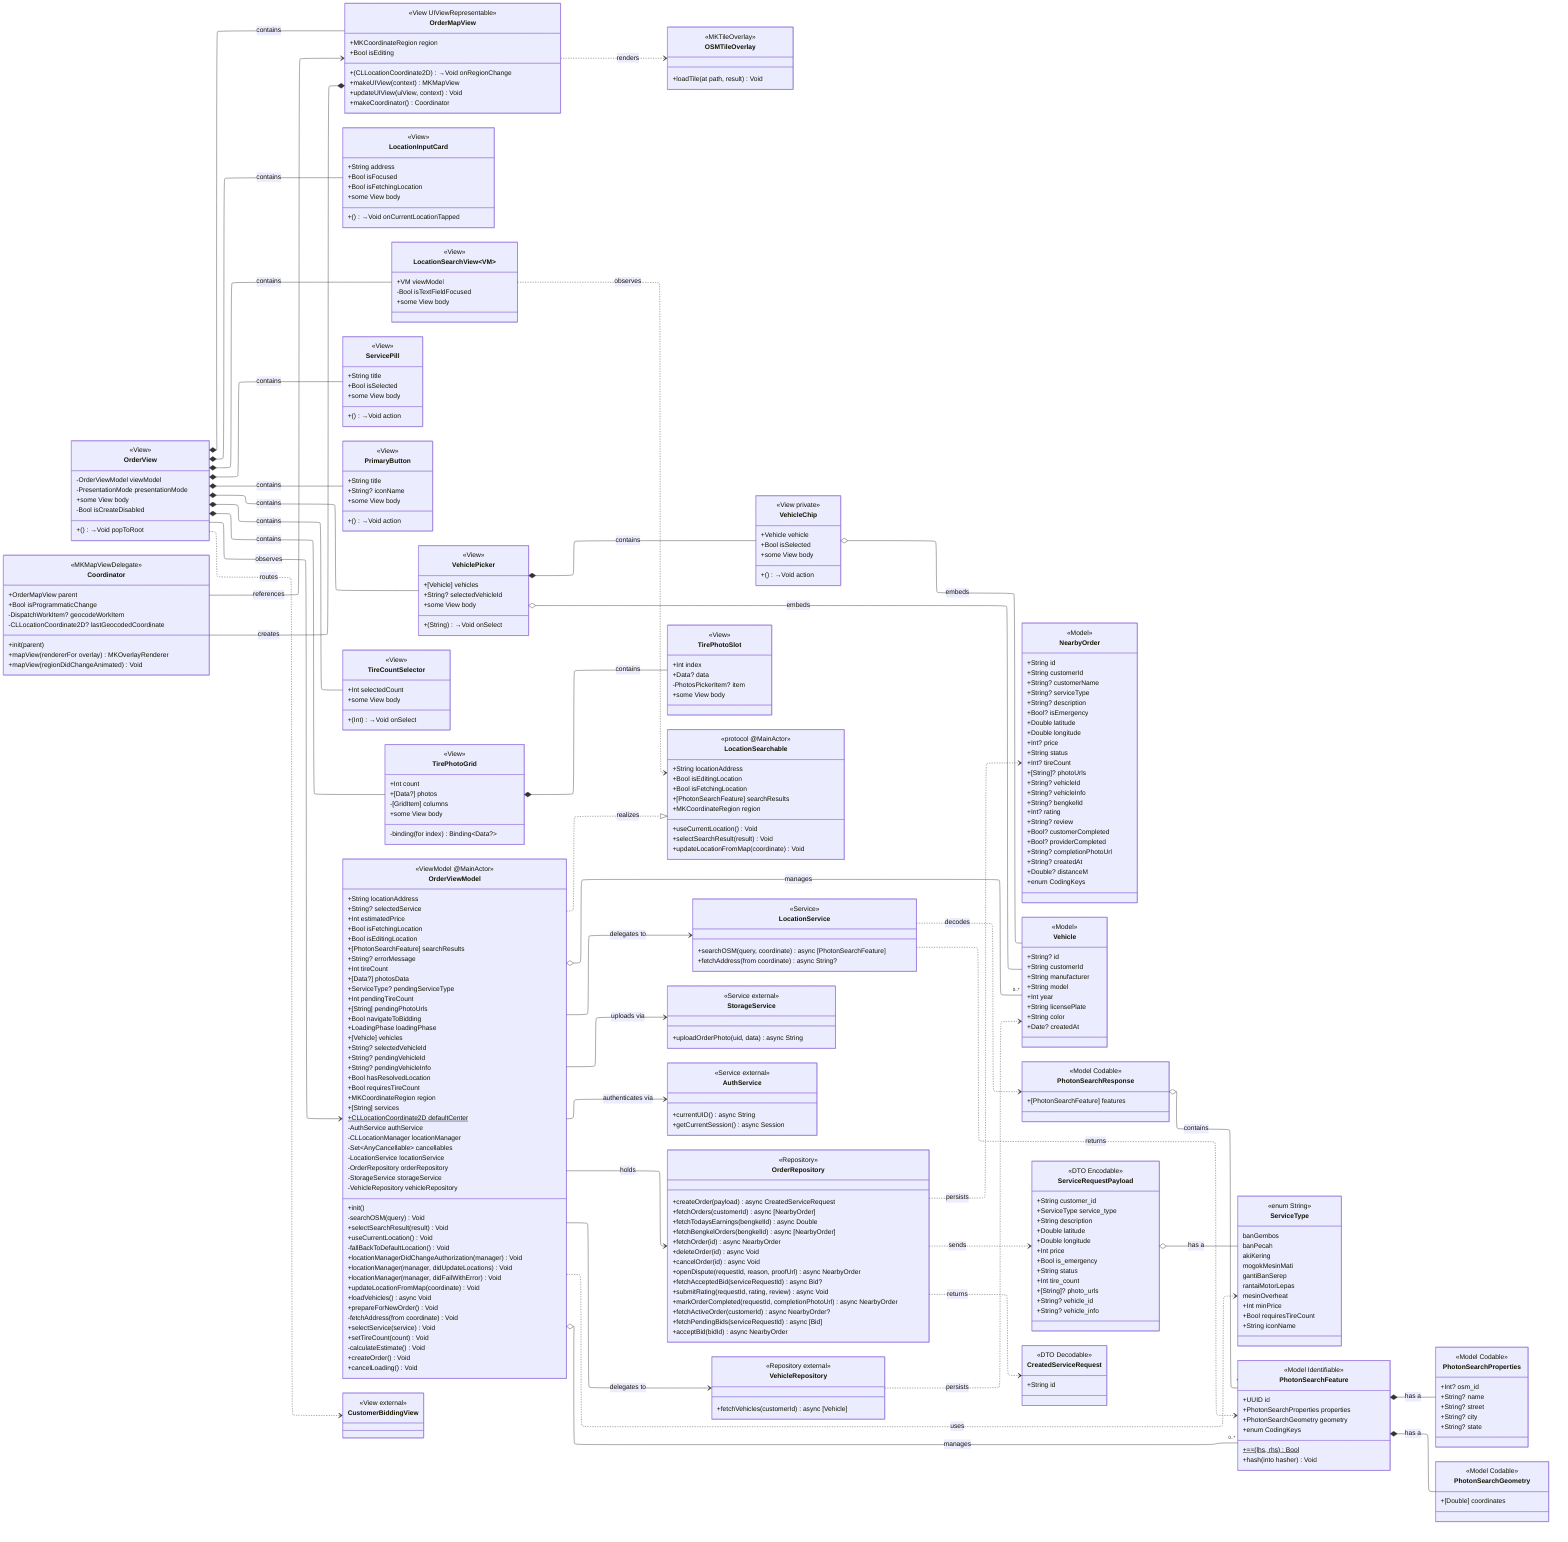
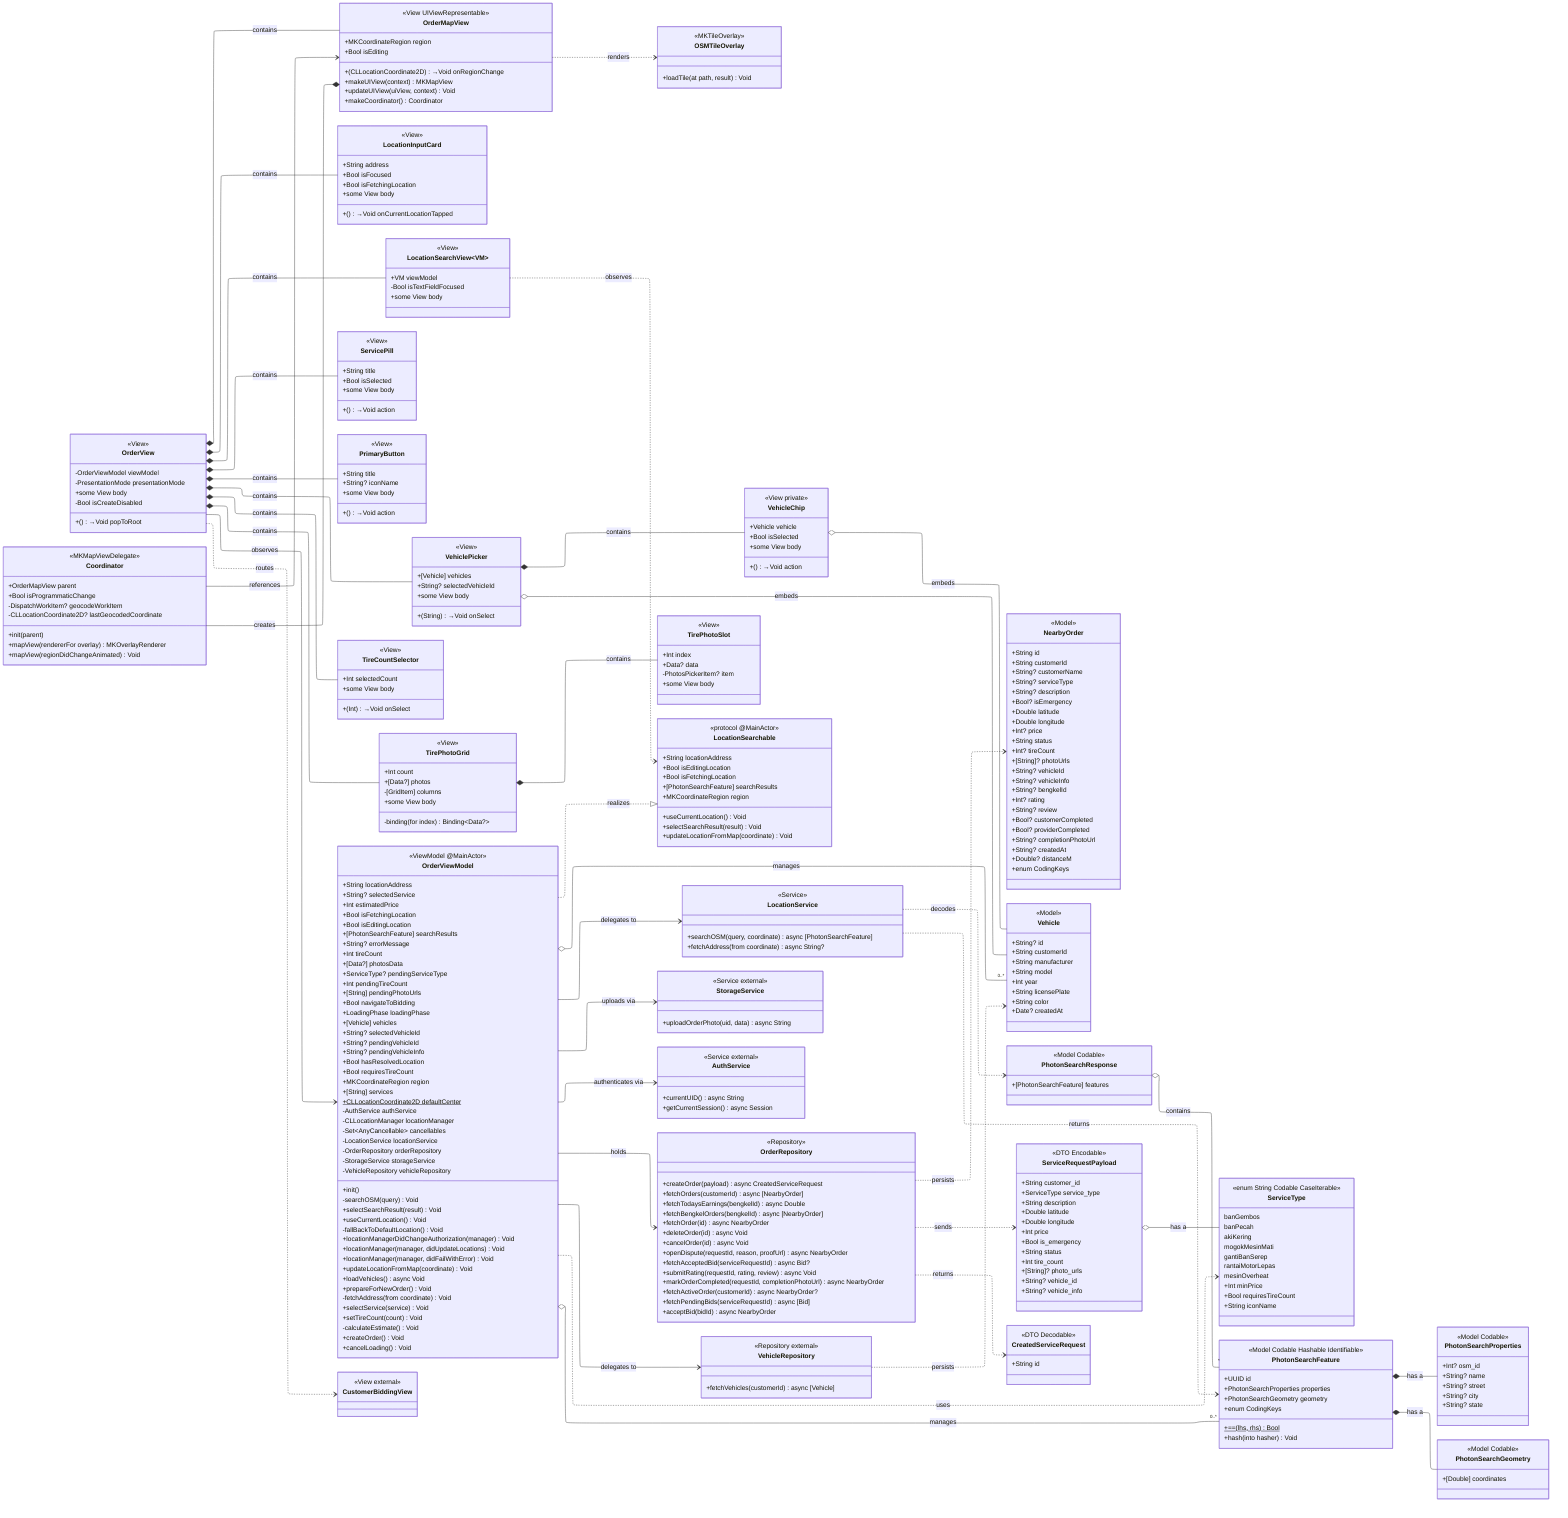
---
config:
  layout: elk
  elk:
    mergeEdges: false
    nodePlacementStrategy: NETWORK_SIMPLEX
---
classDiagram
    direction LR

    %% ============================================================
    %% VIEW LAYER — Pages & Components
    %% ============================================================

    class OrderView {
        <<View>>
        +()→Void popToRoot
        -OrderViewModel viewModel
        -PresentationMode presentationMode
        +some View body
        -Bool isCreateDisabled
    }

    class OrderMapView {
        <<View UIViewRepresentable>>
        +MKCoordinateRegion region
        +Bool isEditing
        +(CLLocationCoordinate2D)→Void onRegionChange
        +makeUIView(context) MKMapView
        +updateUIView(uiView, context) Void
        +makeCoordinator() Coordinator
    }

    class OSMTileOverlay {
        <<MKTileOverlay>>
        +loadTile(at path, result) Void
    }

    class Coordinator {
        <<MKMapViewDelegate>>
        +OrderMapView parent
        +Bool isProgrammaticChange
        -DispatchWorkItem? geocodeWorkItem
        -CLLocationCoordinate2D? lastGeocodedCoordinate
        +init(parent)
        +mapView(rendererFor overlay) MKOverlayRenderer
        +mapView(regionDidChangeAnimated) Void
    }

    class LocationInputCard {
        <<View>>
        +String address
        +Bool isFocused
        +Bool isFetchingLocation
        +()→Void onCurrentLocationTapped
        +some View body
    }

    class LocationSearchView~VM~ {
        <<View>>
        +VM viewModel
        -Bool isTextFieldFocused
        +some View body
    }

    class ServicePill {
        <<View>>
        +String title
        +Bool isSelected
        +()→Void action
        +some View body
    }

    class PrimaryButton {
        <<View>>
        +String title
        +String? iconName
        +()→Void action
        +some View body
    }

    class VehiclePicker {
        <<View>>
        +[Vehicle] vehicles
        +String? selectedVehicleId
        +(String)→Void onSelect
        +some View body
    }

    class VehicleChip {
        <<View private>>
        +Vehicle vehicle
        +Bool isSelected
        +()→Void action
        +some View body
    }

    class TireCountSelector {
        <<View>>
        +Int selectedCount
        +(Int)→Void onSelect
        +some View body
    }

    class TirePhotoGrid {
        <<View>>
        +Int count
        +[Data?] photos
        -[GridItem] columns
        +some View body
        -binding(for index) Binding~Data?~
    }

    class TirePhotoSlot {
        <<View>>
        +Int index
        +Data? data
        -PhotosPickerItem? item
        +some View body
    }

    %% ============================================================
    %% VIEWMODEL LAYER
    %% ============================================================

    class OrderViewModel {
        <<ViewModel @MainActor>>
        +String locationAddress
        +String? selectedService
        +Int estimatedPrice
        +Bool isFetchingLocation
        +Bool isEditingLocation
        +[PhotonSearchFeature] searchResults
        +String? errorMessage
        +Int tireCount
        +[Data?] photosData
        +ServiceType? pendingServiceType
        +Int pendingTireCount
        +[String] pendingPhotoUrls
        +Bool navigateToBidding
        +LoadingPhase loadingPhase
        +[Vehicle] vehicles
        +String? selectedVehicleId
        +String? pendingVehicleId
        +String? pendingVehicleInfo
        +Bool hasResolvedLocation
        +Bool requiresTireCount
        +MKCoordinateRegion region
        +[String] services
        +CLLocationCoordinate2D defaultCenter$
        -AuthService authService
        -CLLocationManager locationManager
        -Set~AnyCancellable~ cancellables
        -LocationService locationService
        -OrderRepository orderRepository
        -StorageService storageService
        -VehicleRepository vehicleRepository
        +init()
        -searchOSM(query) Void
        +selectSearchResult(result) Void
        +useCurrentLocation() Void
        -fallBackToDefaultLocation() Void
        +locationManagerDidChangeAuthorization(manager) Void
        +locationManager(manager, didUpdateLocations) Void
        +locationManager(manager, didFailWithError) Void
        +updateLocationFromMap(coordinate) Void
        +loadVehicles() async Void
        +prepareForNewOrder() Void
        -fetchAddress(from coordinate) Void
        +selectService(service) Void
        +setTireCount(count) Void
        -calculateEstimate() Void
        +createOrder() Void
        +cancelLoading() Void
    }

    %% ============================================================
    %% PROTOCOL LAYER
    %% ============================================================

    class LocationSearchable {
        <<protocol @MainActor>>
        +String locationAddress
        +Bool isEditingLocation
        +Bool isFetchingLocation
        +[PhotonSearchFeature] searchResults
        +MKCoordinateRegion region
        +useCurrentLocation() Void
        +selectSearchResult(result) Void
        +updateLocationFromMap(coordinate) Void
    }

    %% ============================================================
    %% SERVICE LAYER
    %% ============================================================

    class LocationService {
        <<Service>>
        +searchOSM(query, coordinate) async [PhotonSearchFeature]
        +fetchAddress(from coordinate) async String?
    }

    class StorageService {
        <<Service external>>
        +uploadOrderPhoto(uid, data) async String
    }

    class AuthService {
        <<Service external>>
        +currentUID() async String
        +getCurrentSession() async Session
    }

    %% ============================================================
    %% REPOSITORY LAYER
    %% ============================================================

    class OrderRepository {
        <<Repository>>
        +createOrder(payload) async CreatedServiceRequest
        +fetchOrders(customerId) async [NearbyOrder]
        +fetchTodaysEarnings(bengkelId) async Double
        +fetchBengkelOrders(bengkelId) async [NearbyOrder]
        +fetchOrder(id) async NearbyOrder
        +deleteOrder(id) async Void
        +cancelOrder(id) async Void
        +openDispute(requestId, reason, proofUrl) async NearbyOrder
        +fetchAcceptedBid(serviceRequestId) async Bid?
        +submitRating(requestId, rating, review) async Void
        +markOrderCompleted(requestId, completionPhotoUrl) async NearbyOrder
        +fetchActiveOrder(customerId) async NearbyOrder?
        +fetchPendingBids(serviceRequestId) async [Bid]
        +acceptBid(bidId) async NearbyOrder
    }

    class VehicleRepository {
        <<Repository external>>
        +fetchVehicles(customerId) async [Vehicle]
    }

    %% ============================================================
    %% MODEL & DTO LAYER
    %% ============================================================

    class ServiceType {
-         <<enum String>>
+         <<enum String Codable CaseIterable>>
        banGembos
        banPecah
        akiKering
        mogokMesinMati
        gantiBanSerep
        rantaiMotorLepas
        mesinOverheat
        +Int minPrice
        +Bool requiresTireCount
        +String iconName
    }

    class NearbyOrder {
        <<Model>>
        +String id
        +String customerId
        +String? customerName
        +String? serviceType
        +String? description
        +Bool? isEmergency
        +Double latitude
        +Double longitude
        +Int? price
        +String status
        +Int? tireCount
        +[String]? photoUrls
        +String? vehicleId
        +String? vehicleInfo
        +String? bengkelId
        +Int? rating
        +String? review
        +Bool? customerCompleted
        +Bool? providerCompleted
        +String? completionPhotoUrl
        +String? createdAt
        +Double? distanceM
        +enum CodingKeys
    }

    class Vehicle {
        <<Model>>
        +String? id
        +String customerId
        +String manufacturer
        +String model
        +Int year
        +String licensePlate
        +String color
        +Date? createdAt
    }

    class PhotonSearchResponse {
        <<Model Codable>>
        +[PhotonSearchFeature] features
    }

    class PhotonSearchFeature {
-         <<Model Identifiable>>
+         <<Model Codable Hashable Identifiable>>
        +UUID id
        +PhotonSearchProperties properties
        +PhotonSearchGeometry geometry
        +enum CodingKeys
        +== (lhs, rhs) Bool$
        +hash(into hasher) Void
    }

    class PhotonSearchProperties {
        <<Model Codable>>
        +Int? osm_id
        +String? name
        +String? street
        +String? city
        +String? state
    }

    class PhotonSearchGeometry {
        <<Model Codable>>
        +[Double] coordinates
    }

    class ServiceRequestPayload {
        <<DTO Encodable>>
        +String customer_id
        +ServiceType service_type
        +String description
        +Double latitude
        +Double longitude
        +Int price
        +Bool is_emergency
        +String status
        +Int tire_count
        +[String]? photo_urls
        +String? vehicle_id
        +String? vehicle_info
    }

    class CreatedServiceRequest {
        <<DTO Decodable>>
        +String id
    }

    class CustomerBiddingView {
        <<View external>>
    }

    %% ============================================================
    %% RELATIONSHIPS
    %% ============================================================

    %% --- View composition ---
    OrderView --> OrderViewModel : observes
    OrderView *-- OrderMapView : contains
    OrderView *-- LocationInputCard : contains
    OrderView *-- LocationSearchView : contains
    OrderView *-- ServicePill : contains
    OrderView *-- VehiclePicker : contains
    OrderView *-- TireCountSelector : contains
    OrderView *-- TirePhotoGrid : contains
    OrderView *-- PrimaryButton : contains
    OrderView ..> CustomerBiddingView : routes

    %% --- Map internals ---
    OrderMapView *-- Coordinator : creates
    OrderMapView ..> OSMTileOverlay : renders
    Coordinator --> OrderMapView : references

    %% --- Sub-component composition ---
    VehiclePicker *-- VehicleChip : contains
    VehiclePicker o-- Vehicle : embeds
    VehicleChip o-- Vehicle : embeds
    TirePhotoGrid *-- TirePhotoSlot : contains
    LocationSearchView ..> LocationSearchable : observes

    %% --- ViewModel wiring ---
    OrderViewModel ..|> LocationSearchable : realizes
    OrderViewModel --> LocationService : delegates to
    OrderViewModel --> OrderRepository : holds
    OrderViewModel --> VehicleRepository : delegates to
    OrderViewModel --> StorageService : uploads via
    OrderViewModel --> AuthService : authenticates via
    OrderViewModel o-- "0..*" Vehicle : manages
    OrderViewModel o-- "0..*" PhotonSearchFeature : manages
    OrderViewModel ..> ServiceType : uses

    %% --- Service / Repository data flow ---
    LocationService ..> PhotonSearchResponse : decodes
    LocationService ..> PhotonSearchFeature : returns
    VehicleRepository ..> Vehicle : persists
    OrderRepository ..> ServiceRequestPayload : sends
    OrderRepository ..> CreatedServiceRequest : returns
    OrderRepository ..> NearbyOrder : persists

    %% --- Model containment ---
    PhotonSearchResponse o-- "*" PhotonSearchFeature : contains
    PhotonSearchFeature *-- PhotonSearchProperties : has a
    PhotonSearchFeature *-- PhotonSearchGeometry : has a
    ServiceRequestPayload o-- ServiceType : has a
